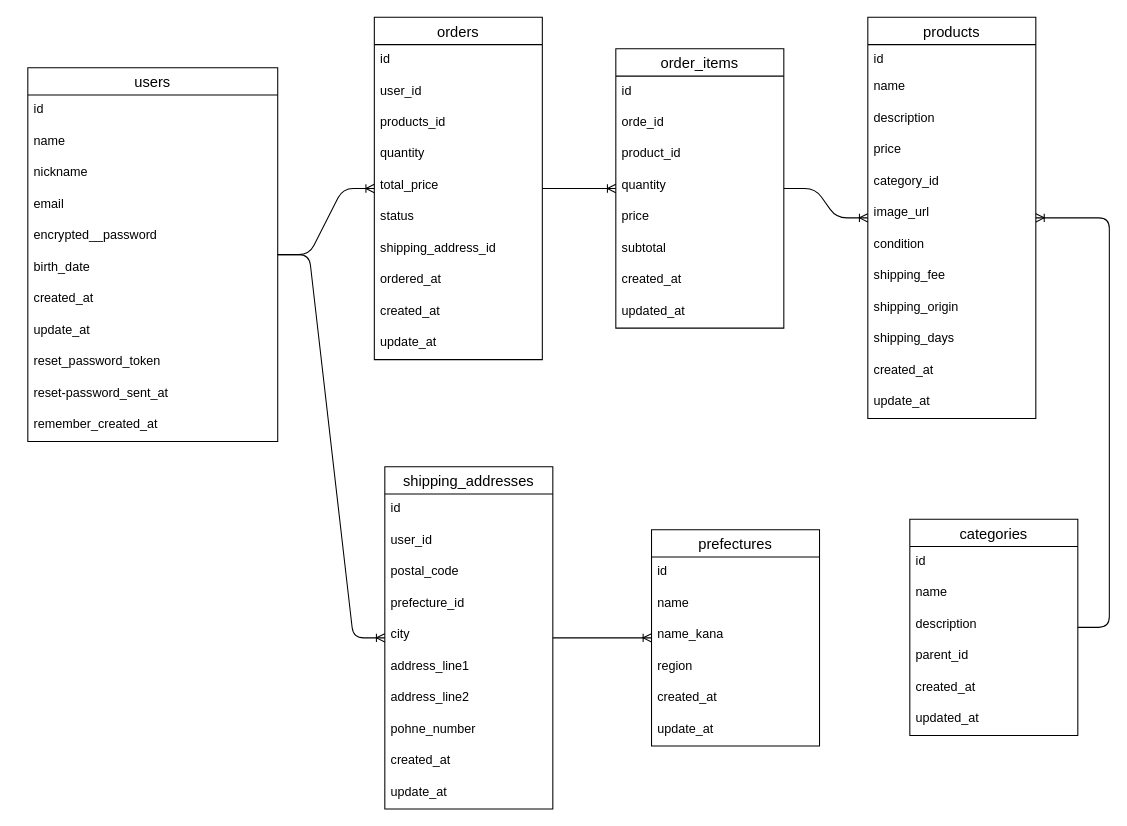
Above: furima-41734.dio in comet-a1/furima-41734 (draw.io), before the change. Source tidied: cells renumbered, new cells numbered last; positions are measured from the earlier drawing's top-left corner, leaving out a move shared by most shapes. Both pictures are drawn from the tidied source at 105%, with x=0, y=0 at pixel (27, 17).
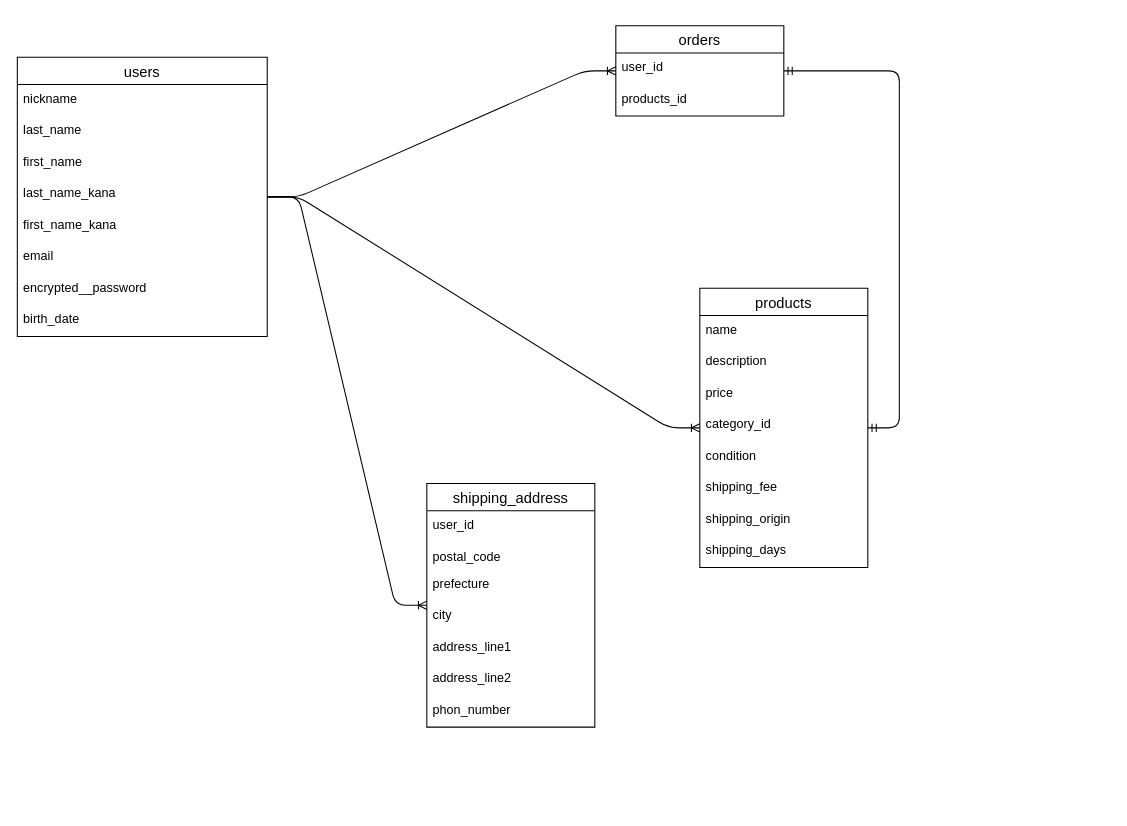
The same diagram, later.

Commit message (it also covers changes not shown here):
データベース設計の修正

Change to the diagram source:
```diff
@@
     <mxCell id="2" value="users" style="swimlane;fontStyle=0;horizontal=1;startSize=26;align=center;fontSize=14;" parent="1" vertex="1">
-      <mxGeometry y="48" width="238" height="356" as="geometry" />
+      <mxGeometry x="-10" y="38" width="238" height="266" as="geometry" />
     </mxCell>
-    <mxCell id="3" value="id" style="text;strokeColor=none;fillColor=none;spacingLeft=4;spacingRight=4;overflow=hidden;fontSize=12;" parent="2" vertex="1">
-      <mxGeometry y="26" width="238" height="30" as="geometry" />
-    </mxCell>
+    <mxCell id="5" value="nickname" style="text;strokeColor=none;fillColor=none;spacingLeft=4;spacingRight=4;overflow=hidden;fontSize=12;" parent="2" vertex="1">
+      <mxGeometry y="26" width="238" height="30" as="geometry" />
+    </mxCell>
-    <mxCell id="4" value="name" style="text;strokeColor=none;fillColor=none;spacingLeft=4;spacingRight=4;overflow=hidden;fontSize=12;" parent="2" vertex="1">
+    <mxCell id="4" value="last_name" style="text;strokeColor=none;fillColor=none;spacingLeft=4;spacingRight=4;overflow=hidden;fontSize=12;" parent="2" vertex="1">
       <mxGeometry y="56" width="238" height="30" as="geometry" />
     </mxCell>
-    <mxCell id="5" value="nickname" style="text;strokeColor=none;fillColor=none;spacingLeft=4;spacingRight=4;overflow=hidden;fontSize=12;" parent="2" vertex="1">
-      <mxGeometry y="86" width="238" height="30" as="geometry" />
-    </mxCell>
+    <mxCell id="79" value="first_name" style="text;strokeColor=none;fillColor=none;spacingLeft=4;spacingRight=4;overflow=hidden;fontSize=12;" parent="2" vertex="1">
+      <mxGeometry y="86" width="238" height="30" as="geometry" />
+    </mxCell>
+    <mxCell id="80" value="last_name_kana" style="text;strokeColor=none;fillColor=none;spacingLeft=4;spacingRight=4;overflow=hidden;fontSize=12;" parent="2" vertex="1">
+      <mxGeometry y="116" width="238" height="30" as="geometry" />
+    </mxCell>
+    <mxCell id="81" value="first_name_kana" style="text;strokeColor=none;fillColor=none;spacingLeft=4;spacingRight=4;overflow=hidden;fontSize=12;" parent="2" vertex="1">
+      <mxGeometry y="146" width="238" height="30" as="geometry" />
+    </mxCell>
     <mxCell id="6" value="email" style="text;strokeColor=none;fillColor=none;spacingLeft=4;spacingRight=4;overflow=hidden;fontSize=12;" parent="2" vertex="1">
-      <mxGeometry y="116" width="238" height="30" as="geometry" />
+      <mxGeometry y="176" width="238" height="30" as="geometry" />
     </mxCell>
     <mxCell id="7" value="encrypted__password" style="text;strokeColor=none;fillColor=none;spacingLeft=4;spacingRight=4;overflow=hidden;fontSize=12;" parent="2" vertex="1">
-      <mxGeometry y="146" width="238" height="30" as="geometry" />
+      <mxGeometry y="206" width="238" height="30" as="geometry" />
     </mxCell>
     <mxCell id="8" value="birth_date&#10;" style="text;strokeColor=none;fillColor=none;spacingLeft=4;spacingRight=4;overflow=hidden;fontSize=12;" parent="2" vertex="1">
-      <mxGeometry y="176" width="238" height="30" as="geometry" />
+      <mxGeometry y="236" width="238" height="30" as="geometry" />
     </mxCell>
-    <mxCell id="9" value="created_at" style="text;strokeColor=none;fillColor=none;spacingLeft=4;spacingRight=4;overflow=hidden;fontSize=12;" parent="2" vertex="1">
-      <mxGeometry y="206" width="238" height="30" as="geometry" />
-    </mxCell>
-    <mxCell id="10" value="update_at" style="text;strokeColor=none;fillColor=none;spacingLeft=4;spacingRight=4;overflow=hidden;fontSize=12;" parent="2" vertex="1">
-      <mxGeometry y="236" width="238" height="30" as="geometry" />
-    </mxCell>
-    <mxCell id="11" value="reset_password_token" style="text;strokeColor=none;fillColor=none;spacingLeft=4;spacingRight=4;overflow=hidden;fontSize=12;" parent="2" vertex="1">
-      <mxGeometry y="266" width="238" height="30" as="geometry" />
-    </mxCell>
-    <mxCell id="12" value="reset-password_sent_at" style="text;strokeColor=none;fillColor=none;spacingLeft=4;spacingRight=4;overflow=hidden;fontSize=12;" parent="2" vertex="1">
-      <mxGeometry y="296" width="238" height="30" as="geometry" />
-    </mxCell>
-    <mxCell id="13" value="remember_created_at" style="text;strokeColor=none;fillColor=none;spacingLeft=4;spacingRight=4;overflow=hidden;fontSize=12;" parent="2" vertex="1">
-      <mxGeometry y="326" width="238" height="30" as="geometry" />
-    </mxCell>
     <mxCell id="14" value="products" style="swimlane;fontStyle=0;horizontal=1;startSize=26;align=center;fontSize=14;" parent="1" vertex="1">
-      <mxGeometry x="800" width="160" height="382" as="geometry" />
+      <mxGeometry x="640" y="258" width="160" height="266" as="geometry" />
     </mxCell>
-    <mxCell id="15" value="id" style="text;strokeColor=none;fillColor=none;spacingLeft=4;spacingRight=4;overflow=hidden;fontSize=12;" parent="14" vertex="1">
-      <mxGeometry y="26" width="160" height="26" as="geometry" />
-    </mxCell>
     <mxCell id="16" value="name" style="text;strokeColor=none;fillColor=none;spacingLeft=4;spacingRight=4;overflow=hidden;fontSize=12;" parent="14" vertex="1">
-      <mxGeometry y="52" width="160" height="30" as="geometry" />
+      <mxGeometry y="26" width="160" height="30" as="geometry" />
     </mxCell>
     <mxCell id="17" value="description" style="text;strokeColor=none;fillColor=none;spacingLeft=4;spacingRight=4;overflow=hidden;fontSize=12;" parent="14" vertex="1">
-      <mxGeometry y="82" width="160" height="30" as="geometry" />
+      <mxGeometry y="56" width="160" height="30" as="geometry" />
     </mxCell>
     <mxCell id="18" value="price" style="text;strokeColor=none;fillColor=none;spacingLeft=4;spacingRight=4;overflow=hidden;fontSize=12;" parent="14" vertex="1">
-      <mxGeometry y="112" width="160" height="30" as="geometry" />
+      <mxGeometry y="86" width="160" height="30" as="geometry" />
     </mxCell>
     <mxCell id="19" value="category_id" style="text;strokeColor=none;fillColor=none;spacingLeft=4;spacingRight=4;overflow=hidden;fontSize=12;" parent="14" vertex="1">
-      <mxGeometry y="142" width="160" height="30" as="geometry" />
+      <mxGeometry y="116" width="160" height="30" as="geometry" />
     </mxCell>
-    <mxCell id="20" value="image_url" style="text;strokeColor=none;fillColor=none;spacingLeft=4;spacingRight=4;overflow=hidden;fontSize=12;" parent="14" vertex="1">
-      <mxGeometry y="172" width="160" height="30" as="geometry" />
-    </mxCell>
     <mxCell id="21" value="condition" style="text;strokeColor=none;fillColor=none;spacingLeft=4;spacingRight=4;overflow=hidden;fontSize=12;" parent="14" vertex="1">
-      <mxGeometry y="202" width="160" height="30" as="geometry" />
+      <mxGeometry y="146" width="160" height="30" as="geometry" />
     </mxCell>
     <mxCell id="22" value="shipping_fee" style="text;strokeColor=none;fillColor=none;spacingLeft=4;spacingRight=4;overflow=hidden;fontSize=12;" parent="14" vertex="1">
-      <mxGeometry y="232" width="160" height="30" as="geometry" />
+      <mxGeometry y="176" width="160" height="30" as="geometry" />
     </mxCell>
     <mxCell id="23" value="shipping_origin" style="text;strokeColor=none;fillColor=none;spacingLeft=4;spacingRight=4;overflow=hidden;fontSize=12;" parent="14" vertex="1">
-      <mxGeometry y="262" width="160" height="30" as="geometry" />
+      <mxGeometry y="206" width="160" height="30" as="geometry" />
     </mxCell>
     <mxCell id="24" value="shipping_days" style="text;strokeColor=none;fillColor=none;spacingLeft=4;spacingRight=4;overflow=hidden;fontSize=12;" parent="14" vertex="1">
-      <mxGeometry y="292" width="160" height="30" as="geometry" />
+      <mxGeometry y="236" width="160" height="30" as="geometry" />
     </mxCell>
-    <mxCell id="25" value="created_at" style="text;strokeColor=none;fillColor=none;spacingLeft=4;spacingRight=4;overflow=hidden;fontSize=12;" parent="14" vertex="1">
-      <mxGeometry y="322" width="160" height="30" as="geometry" />
-    </mxCell>
-    <mxCell id="26" value="update_at" style="text;strokeColor=none;fillColor=none;spacingLeft=4;spacingRight=4;overflow=hidden;fontSize=12;" parent="14" vertex="1">
-      <mxGeometry y="352" width="160" height="30" as="geometry" />
-    </mxCell>
     <mxCell id="27" value="orders" style="swimlane;fontStyle=0;horizontal=1;startSize=26;align=center;fontSize=14;" parent="1" vertex="1">
-      <mxGeometry x="330" width="160" height="326" as="geometry" />
+      <mxGeometry x="560" y="8" width="160" height="86" as="geometry" />
     </mxCell>
-    <mxCell id="28" value="id" style="text;strokeColor=none;fillColor=none;spacingLeft=4;spacingRight=4;overflow=hidden;fontSize=12;" parent="27" vertex="1">
-      <mxGeometry y="26" width="160" height="30" as="geometry" />
-    </mxCell>
     <mxCell id="29" value="user_id" style="text;strokeColor=none;fillColor=none;spacingLeft=4;spacingRight=4;overflow=hidden;fontSize=12;" parent="27" vertex="1">
-      <mxGeometry y="56" width="160" height="30" as="geometry" />
+      <mxGeometry y="26" width="160" height="30" as="geometry" />
     </mxCell>
     <mxCell id="30" value="products_id" style="text;strokeColor=none;fillColor=none;spacingLeft=4;spacingRight=4;overflow=hidden;fontSize=12;" parent="27" vertex="1">
-      <mxGeometry y="86" width="160" height="30" as="geometry" />
+      <mxGeometry y="56" width="160" height="30" as="geometry" />
     </mxCell>
-    <mxCell id="31" value="quantity" style="text;strokeColor=none;fillColor=none;spacingLeft=4;spacingRight=4;overflow=hidden;fontSize=12;" parent="27" vertex="1">
-      <mxGeometry y="116" width="160" height="30" as="geometry" />
-    </mxCell>
-    <mxCell id="32" value="total_price" style="text;strokeColor=none;fillColor=none;spacingLeft=4;spacingRight=4;overflow=hidden;fontSize=12;" parent="27" vertex="1">
-      <mxGeometry y="146" width="160" height="30" as="geometry" />
-    </mxCell>
-    <mxCell id="33" value="status" style="text;strokeColor=none;fillColor=none;spacingLeft=4;spacingRight=4;overflow=hidden;fontSize=12;" parent="27" vertex="1">
-      <mxGeometry y="176" width="160" height="30" as="geometry" />
-    </mxCell>
-    <mxCell id="34" value="shipping_address_id" style="text;strokeColor=none;fillColor=none;spacingLeft=4;spacingRight=4;overflow=hidden;fontSize=12;" parent="27" vertex="1">
-      <mxGeometry y="206" width="160" height="30" as="geometry" />
-    </mxCell>
-    <mxCell id="35" value="ordered_at" style="text;strokeColor=none;fillColor=none;spacingLeft=4;spacingRight=4;overflow=hidden;fontSize=12;" parent="27" vertex="1">
-      <mxGeometry y="236" width="160" height="30" as="geometry" />
-    </mxCell>
-    <mxCell id="36" value="created_at" style="text;strokeColor=none;fillColor=none;spacingLeft=4;spacingRight=4;overflow=hidden;fontSize=12;" parent="27" vertex="1">
-      <mxGeometry y="266" width="160" height="30" as="geometry" />
-    </mxCell>
-    <mxCell id="37" value="update_at" style="text;strokeColor=none;fillColor=none;spacingLeft=4;spacingRight=4;overflow=hidden;fontSize=12;" parent="27" vertex="1">
-      <mxGeometry y="296" width="160" height="30" as="geometry" />
-    </mxCell>
-    <mxCell id="38" value="shipping_addresses" style="swimlane;fontStyle=0;horizontal=1;startSize=26;align=center;fontSize=14;" parent="1" vertex="1">
-      <mxGeometry x="340" y="428" width="160" height="326" as="geometry" />
-    </mxCell>
-    <mxCell id="39" value="id" style="text;strokeColor=none;fillColor=none;spacingLeft=4;spacingRight=4;overflow=hidden;fontSize=12;" parent="38" vertex="1">
-      <mxGeometry y="26" width="160" height="30" as="geometry" />
-    </mxCell>
+    <mxCell id="49" style="edgeStyle=none;html=1;" parent="1" edge="1">
+      <mxGeometry relative="1" as="geometry">
+        <mxPoint x="510" y="378" as="sourcePoint" />
+        <mxPoint x="510" y="378" as="targetPoint" />
+        <Array as="points">
+          <mxPoint x="510" y="378" />
+        </Array>
+      </mxGeometry>
+    </mxCell>
+    <mxCell id="82" value="shipping_address" style="swimlane;fontStyle=0;horizontal=1;startSize=26;align=center;fontSize=14;" parent="1" vertex="1">
+      <mxGeometry x="380" y="444" width="160" height="232" as="geometry" />
+    </mxCell>
-    <mxCell id="40" value="user_id" style="text;strokeColor=none;fillColor=none;spacingLeft=4;spacingRight=4;overflow=hidden;fontSize=12;" parent="38" vertex="1">
-      <mxGeometry y="56" width="160" height="30" as="geometry" />
+    <mxCell id="40" value="user_id" style="text;strokeColor=none;fillColor=none;spacingLeft=4;spacingRight=4;overflow=hidden;fontSize=12;" parent="82" vertex="1">
+      <mxGeometry y="26" width="160" height="30" as="geometry" />
     </mxCell>
-    <mxCell id="41" value="postal_code" style="text;strokeColor=none;fillColor=none;spacingLeft=4;spacingRight=4;overflow=hidden;fontSize=12;" parent="38" vertex="1">
-      <mxGeometry y="86" width="160" height="30" as="geometry" />
+    <mxCell id="41" value="postal_code" style="text;strokeColor=none;fillColor=none;spacingLeft=4;spacingRight=4;overflow=hidden;fontSize=12;" parent="82" vertex="1">
+      <mxGeometry y="56" width="160" height="26" as="geometry" />
     </mxCell>
-    <mxCell id="42" value="prefecture_id" style="text;strokeColor=none;fillColor=none;spacingLeft=4;spacingRight=4;overflow=hidden;fontSize=12;" parent="38" vertex="1">
-      <mxGeometry y="116" width="160" height="30" as="geometry" />
-    </mxCell>
+    <mxCell id="83" value="prefecture" style="text;strokeColor=none;fillColor=none;spacingLeft=4;spacingRight=4;overflow=hidden;fontSize=12;" parent="82" vertex="1">
+      <mxGeometry y="82" width="160" height="30" as="geometry" />
+    </mxCell>
-    <mxCell id="43" value="city" style="text;strokeColor=none;fillColor=none;spacingLeft=4;spacingRight=4;overflow=hidden;fontSize=12;" parent="38" vertex="1">
-      <mxGeometry y="146" width="160" height="30" as="geometry" />
+    <mxCell id="43" value="city" style="text;strokeColor=none;fillColor=none;spacingLeft=4;spacingRight=4;overflow=hidden;fontSize=12;" parent="82" vertex="1">
+      <mxGeometry y="112" width="160" height="30" as="geometry" />
     </mxCell>
-    <mxCell id="44" value="address_line1" style="text;strokeColor=none;fillColor=none;spacingLeft=4;spacingRight=4;overflow=hidden;fontSize=12;" parent="38" vertex="1">
-      <mxGeometry y="176" width="160" height="30" as="geometry" />
+    <mxCell id="44" value="address_line1" style="text;strokeColor=none;fillColor=none;spacingLeft=4;spacingRight=4;overflow=hidden;fontSize=12;" parent="82" vertex="1">
+      <mxGeometry y="142" width="160" height="30" as="geometry" />
     </mxCell>
-    <mxCell id="45" value="address_line2" style="text;strokeColor=none;fillColor=none;spacingLeft=4;spacingRight=4;overflow=hidden;fontSize=12;" parent="38" vertex="1">
-      <mxGeometry y="206" width="160" height="30" as="geometry" />
+    <mxCell id="45" value="address_line2" style="text;strokeColor=none;fillColor=none;spacingLeft=4;spacingRight=4;overflow=hidden;fontSize=12;" parent="82" vertex="1">
+      <mxGeometry y="172" width="160" height="30" as="geometry" />
     </mxCell>
-    <mxCell id="46" value="pohne_number" style="text;strokeColor=none;fillColor=none;spacingLeft=4;spacingRight=4;overflow=hidden;fontSize=12;" parent="38" vertex="1">
-      <mxGeometry y="236" width="160" height="30" as="geometry" />
-    </mxCell>
-    <mxCell id="47" value="created_at" style="text;strokeColor=none;fillColor=none;spacingLeft=4;spacingRight=4;overflow=hidden;fontSize=12;" parent="38" vertex="1">
-      <mxGeometry y="266" width="160" height="30" as="geometry" />
-    </mxCell>
-    <mxCell id="48" value="update_at" style="text;strokeColor=none;fillColor=none;spacingLeft=4;spacingRight=4;overflow=hidden;fontSize=12;" parent="38" vertex="1">
-      <mxGeometry y="296" width="160" height="30" as="geometry" />
-    </mxCell>
-    <mxCell id="49" style="edgeStyle=none;html=1;" parent="1" edge="1">
-      <mxGeometry relative="1" as="geometry">
-        <mxPoint x="510" y="378" as="sourcePoint" />
-        <mxPoint x="510" y="378" as="targetPoint" />
-        <Array as="points">
-          <mxPoint x="510" y="378" />
-        </Array>
-      </mxGeometry>
-    </mxCell>
-    <mxCell id="50" value="prefectures" style="swimlane;fontStyle=0;horizontal=1;startSize=26;align=center;fontSize=14;" parent="1" vertex="1">
-      <mxGeometry x="594" y="488" width="160" height="206" as="geometry" />
-    </mxCell>
-    <mxCell id="51" value="id" style="text;strokeColor=none;fillColor=none;spacingLeft=4;spacingRight=4;overflow=hidden;fontSize=12;" parent="50" vertex="1">
-      <mxGeometry y="26" width="160" height="30" as="geometry" />
-    </mxCell>
-    <mxCell id="52" value="name" style="text;strokeColor=none;fillColor=none;spacingLeft=4;spacingRight=4;overflow=hidden;fontSize=12;" parent="50" vertex="1">
-      <mxGeometry y="56" width="160" height="30" as="geometry" />
-    </mxCell>
-    <mxCell id="53" value="name_kana" style="text;strokeColor=none;fillColor=none;spacingLeft=4;spacingRight=4;overflow=hidden;fontSize=12;" parent="50" vertex="1">
-      <mxGeometry y="86" width="160" height="30" as="geometry" />
-    </mxCell>
-    <mxCell id="54" value="region" style="text;strokeColor=none;fillColor=none;spacingLeft=4;spacingRight=4;overflow=hidden;fontSize=12;" parent="50" vertex="1">
-      <mxGeometry y="116" width="160" height="30" as="geometry" />
-    </mxCell>
-    <mxCell id="55" value="created_at" style="text;strokeColor=none;fillColor=none;spacingLeft=4;spacingRight=4;overflow=hidden;fontSize=12;" parent="50" vertex="1">
-      <mxGeometry y="146" width="160" height="30" as="geometry" />
-    </mxCell>
-    <mxCell id="56" value="update_at" style="text;strokeColor=none;fillColor=none;spacingLeft=4;spacingRight=4;overflow=hidden;fontSize=12;" parent="50" vertex="1">
-      <mxGeometry y="176" width="160" height="30" as="geometry" />
-    </mxCell>
-    <mxCell id="57" value="categories" style="swimlane;fontStyle=0;horizontal=1;startSize=26;align=center;fontSize=14;" parent="1" vertex="1">
-      <mxGeometry x="840" y="478" width="160" height="206" as="geometry" />
-    </mxCell>
-    <mxCell id="58" value="id" style="text;strokeColor=none;fillColor=none;spacingLeft=4;spacingRight=4;overflow=hidden;fontSize=12;" parent="57" vertex="1">
-      <mxGeometry y="26" width="160" height="30" as="geometry" />
-    </mxCell>
-    <mxCell id="59" value="name" style="text;strokeColor=none;fillColor=none;spacingLeft=4;spacingRight=4;overflow=hidden;fontSize=12;" parent="57" vertex="1">
-      <mxGeometry y="56" width="160" height="30" as="geometry" />
-    </mxCell>
-    <mxCell id="60" value="description" style="text;strokeColor=none;fillColor=none;spacingLeft=4;spacingRight=4;overflow=hidden;fontSize=12;" parent="57" vertex="1">
-      <mxGeometry y="86" width="160" height="30" as="geometry" />
-    </mxCell>
-    <mxCell id="61" value="parent_id" style="text;strokeColor=none;fillColor=none;spacingLeft=4;spacingRight=4;overflow=hidden;fontSize=12;" parent="57" vertex="1">
-      <mxGeometry y="116" width="160" height="30" as="geometry" />
-    </mxCell>
-    <mxCell id="62" value="created_at" style="text;strokeColor=none;fillColor=none;spacingLeft=4;spacingRight=4;overflow=hidden;fontSize=12;" parent="57" vertex="1">
-      <mxGeometry y="146" width="160" height="30" as="geometry" />
-    </mxCell>
-    <mxCell id="63" value="updated_at" style="text;strokeColor=none;fillColor=none;spacingLeft=4;spacingRight=4;overflow=hidden;fontSize=12;" parent="57" vertex="1">
-      <mxGeometry y="176" width="160" height="30" as="geometry" />
-    </mxCell>
-    <mxCell id="64" value="order_items" style="swimlane;fontStyle=0;horizontal=1;startSize=26;align=center;fontSize=14;" parent="1" vertex="1">
-      <mxGeometry x="560" y="30" width="160" height="266" as="geometry" />
-    </mxCell>
-    <mxCell id="65" value="id" style="text;strokeColor=none;fillColor=none;spacingLeft=4;spacingRight=4;overflow=hidden;fontSize=12;" parent="64" vertex="1">
-      <mxGeometry y="26" width="160" height="30" as="geometry" />
-    </mxCell>
-    <mxCell id="66" value="orde_id" style="text;strokeColor=none;fillColor=none;spacingLeft=4;spacingRight=4;overflow=hidden;fontSize=12;" parent="64" vertex="1">
-      <mxGeometry y="56" width="160" height="30" as="geometry" />
-    </mxCell>
-    <mxCell id="67" value="product_id" style="text;strokeColor=none;fillColor=none;spacingLeft=4;spacingRight=4;overflow=hidden;fontSize=12;" parent="64" vertex="1">
-      <mxGeometry y="86" width="160" height="30" as="geometry" />
-    </mxCell>
-    <mxCell id="68" value="quantity" style="text;strokeColor=none;fillColor=none;spacingLeft=4;spacingRight=4;overflow=hidden;fontSize=12;" parent="64" vertex="1">
-      <mxGeometry y="116" width="160" height="30" as="geometry" />
-    </mxCell>
-    <mxCell id="69" value="price" style="text;strokeColor=none;fillColor=none;spacingLeft=4;spacingRight=4;overflow=hidden;fontSize=12;" parent="64" vertex="1">
-      <mxGeometry y="146" width="160" height="30" as="geometry" />
-    </mxCell>
-    <mxCell id="70" value="subtotal" style="text;strokeColor=none;fillColor=none;spacingLeft=4;spacingRight=4;overflow=hidden;fontSize=12;" parent="64" vertex="1">
-      <mxGeometry y="176" width="160" height="30" as="geometry" />
-    </mxCell>
-    <mxCell id="71" value="created_at" style="text;strokeColor=none;fillColor=none;spacingLeft=4;spacingRight=4;overflow=hidden;fontSize=12;" parent="64" vertex="1">
-      <mxGeometry y="206" width="160" height="30" as="geometry" />
-    </mxCell>
-    <mxCell id="72" value="updated_at" style="text;strokeColor=none;fillColor=none;spacingLeft=4;spacingRight=4;overflow=hidden;fontSize=12;" parent="64" vertex="1">
-      <mxGeometry y="236" width="160" height="30" as="geometry" />
-    </mxCell>
+    <mxCell id="84" value="phon_number" style="text;strokeColor=none;fillColor=none;spacingLeft=4;spacingRight=4;overflow=hidden;fontSize=12;" parent="82" vertex="1">
+      <mxGeometry y="202" width="160" height="30" as="geometry" />
+    </mxCell>
@@
-    <mxCell id="74" style="edgeStyle=entityRelationEdgeStyle;fontSize=12;html=1;endArrow=ERoneToMany;" parent="1" edge="1" source="27" target="64">
-      <mxGeometry relative="1" as="geometry" />
-    </mxCell>
-    <mxCell id="75" style="edgeStyle=entityRelationEdgeStyle;fontSize=12;html=1;endArrow=ERoneToMany;" parent="1" edge="1" source="64" target="14">
-      <mxGeometry relative="1" as="geometry" />
-    </mxCell>
-    <mxCell id="76" style="edgeStyle=entityRelationEdgeStyle;fontSize=12;html=1;endArrow=ERoneToMany;" parent="1" edge="1" source="2" target="38">
-      <mxGeometry relative="1" as="geometry" />
-    </mxCell>
-    <mxCell id="77" style="edgeStyle=entityRelationEdgeStyle;fontSize=12;html=1;endArrow=ERoneToMany;" parent="1" edge="1" source="38" target="50">
-      <mxGeometry relative="1" as="geometry" />
-    </mxCell>
-    <mxCell id="78" style="edgeStyle=entityRelationEdgeStyle;fontSize=12;html=1;endArrow=ERoneToMany;" parent="1" edge="1" source="57" target="14">
-      <mxGeometry relative="1" as="geometry" />
-    </mxCell>
+    <mxCell id="85" style="edgeStyle=entityRelationEdgeStyle;fontSize=12;html=1;endArrow=ERoneToMany;" parent="1" edge="1" source="2" target="14">
+      <mxGeometry relative="1" as="geometry" />
+    </mxCell>
+    <mxCell id="86" style="edgeStyle=entityRelationEdgeStyle;fontSize=12;html=1;endArrow=ERoneToMany;" parent="1" edge="1" source="2" target="82">
+      <mxGeometry relative="1" as="geometry" />
+    </mxCell>
+    <mxCell id="87" style="edgeStyle=entityRelationEdgeStyle;fontSize=12;html=1;endArrow=ERmandOne;startArrow=ERmandOne;" parent="1" edge="1" source="14" target="27">
+      <mxGeometry relative="1" as="geometry" />
+    </mxCell>
```
